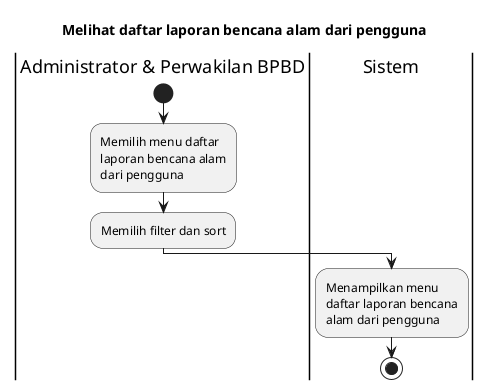
Earlier version of the PlantUML export export/Activity Diagrams/UC-MGDISASTER - Manajemen Data Bencana/UC-MGDISASTER-001 - Melihat daftar laporan bencana alam dari pengguna.png (bagusNA/appl-diagrams).
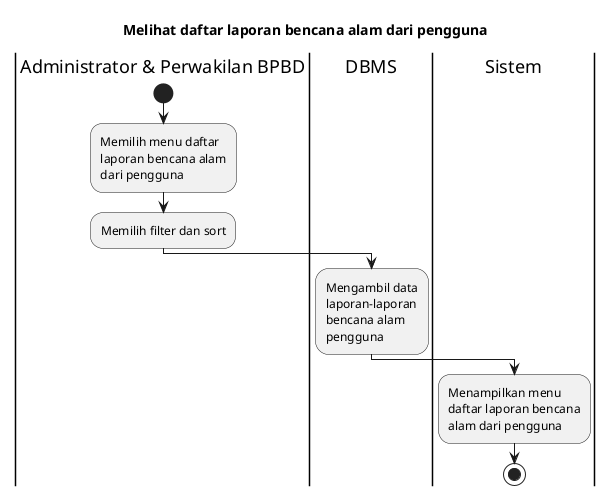
After the commit.

What changed in the source:
```diff
@@ -8,6 +8,9 @@
 :Memilih menu daftar laporan bencana alam dari pengguna;
 :Memilih filter dan sort;
 
+|DBMS|
+:Mengambil data laporan-laporan bencana alam pengguna;
+
 |Sistem|
 :Menampilkan menu daftar laporan bencana alam dari pengguna;
 
```
